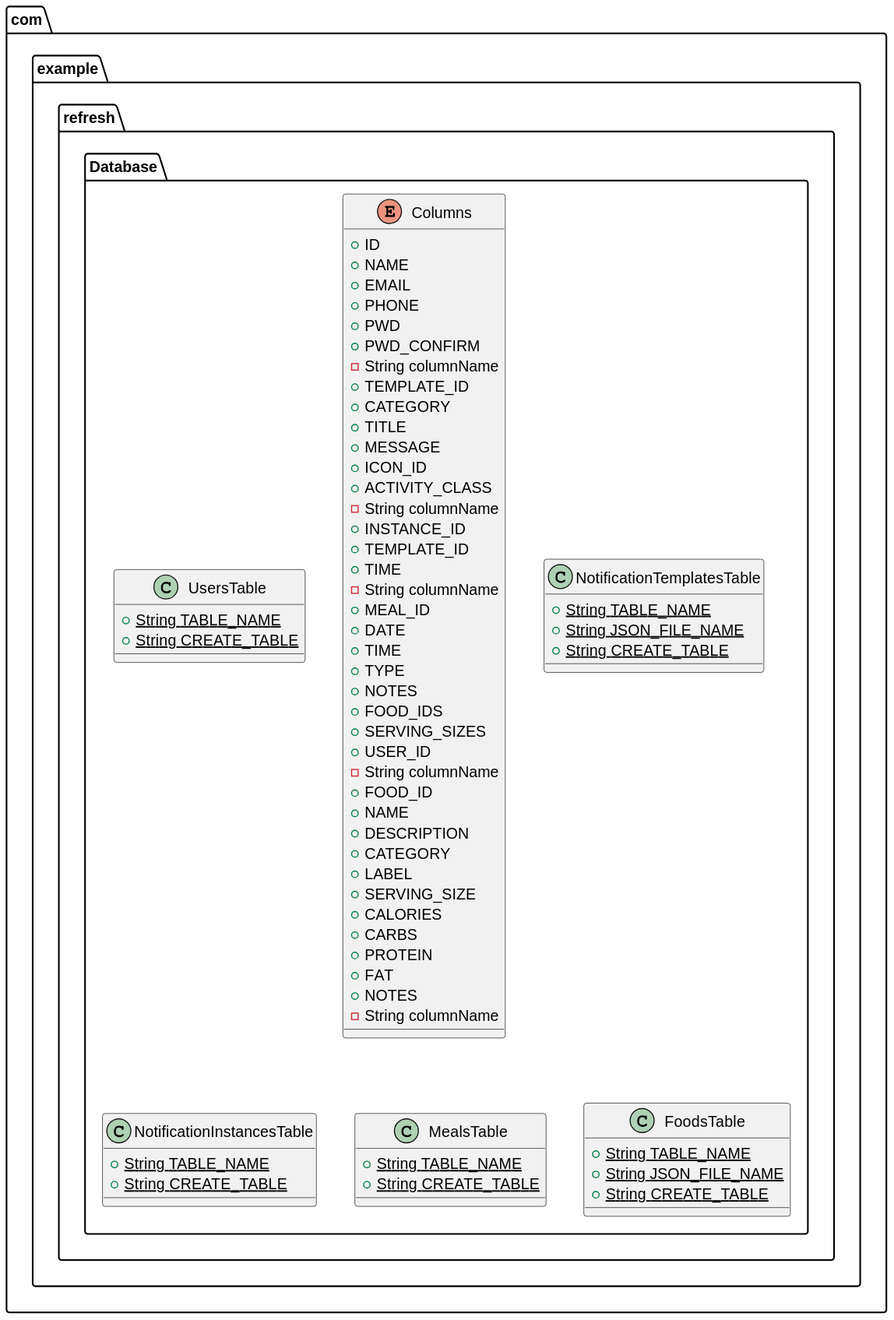
Above: Project UML/DatabaseUML.svg in Lumini01/Refresh (PlantUML), before the change.
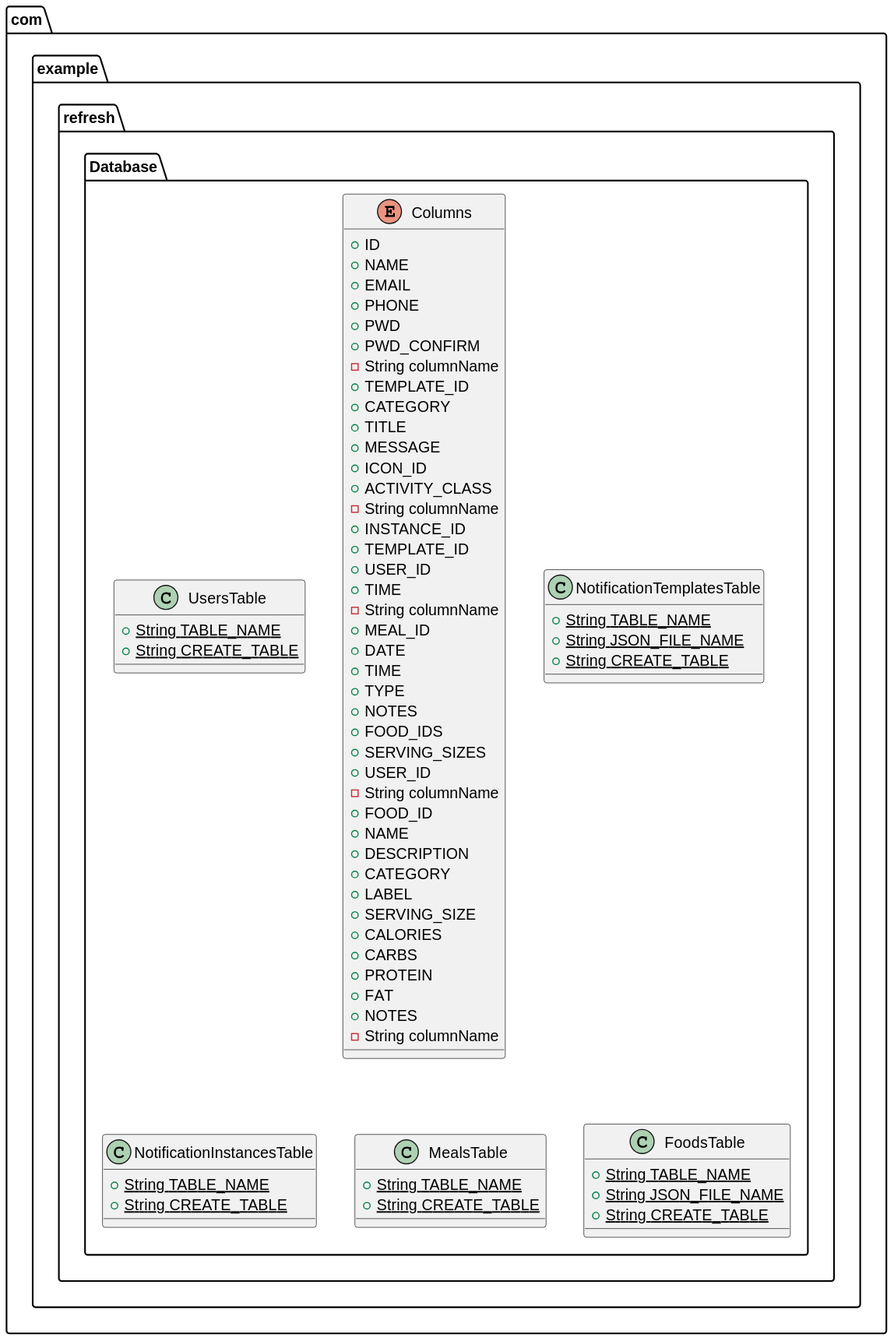
After the change.

Diff of the diagram source:
```diff
@@ -38,6 +38,7 @@
 enum com.example.refresh.Database.Columns {
 +  INSTANCE_ID
 +  TEMPLATE_ID
++  USER_ID
 +  TIME
 - String columnName
 }
```
